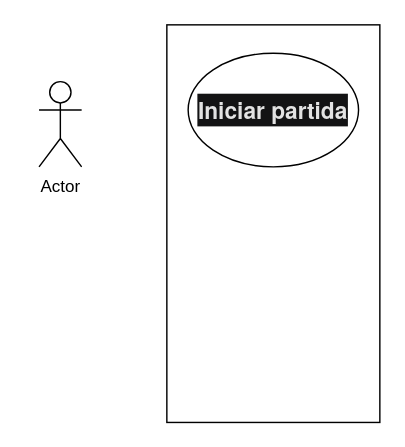
The draw.io diagram snake.drawio in JSMONTOYAS/diagramas-, before the edit. Source tidied: cells renumbered, new cells numbered last; positions are measured from the earlier drawing's top-left corner, leaving out a move shared by most shapes. Both pictures are drawn from the tidied source at 142%, with x=0, y=0 at pixel (38, 24).
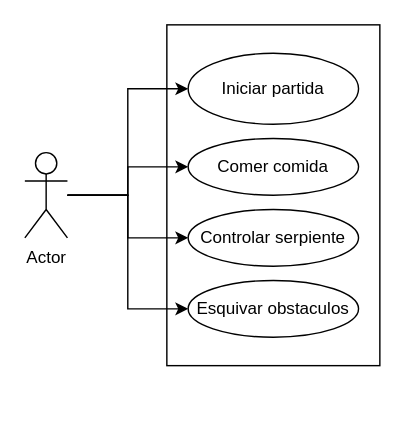
The same diagram, later.

Diff of the diagram source:
```diff
@@
 <mxGraphModel>
   <root>
     <mxCell id="0" />
     <mxCell id="1" parent="0" />
     <mxCell id="2" style="rounded=0;whiteSpace=wrap;html=1;" parent="1" vertex="1">
-      <mxGeometry x="90" width="150" height="280" as="geometry" />
+      <mxGeometry x="90" width="150" height="240" as="geometry" />
     </mxCell>
+    <mxCell id="5" style="edgeStyle=orthogonalEdgeStyle;rounded=0;jettySize=auto;html=1;entryX=0;entryY=0.5;entryDx=0;entryDy=0;" parent="1" edge="1" source="3" target="4">
+      <mxGeometry relative="1" as="geometry" />
+    </mxCell>
+    <mxCell id="6" style="edgeStyle=orthogonalEdgeStyle;rounded=0;jettySize=auto;html=1;entryX=0;entryY=0.5;entryDx=0;entryDy=0;" parent="1" edge="1" source="3" target="9">
+      <mxGeometry relative="1" as="geometry" />
+    </mxCell>
+    <mxCell id="7" style="edgeStyle=orthogonalEdgeStyle;rounded=0;jettySize=auto;html=1;entryX=0;entryY=0.5;entryDx=0;entryDy=0;" parent="1" edge="1" source="3" target="10">
+      <mxGeometry relative="1" as="geometry" />
+    </mxCell>
+    <mxCell id="8" style="edgeStyle=orthogonalEdgeStyle;rounded=0;jettySize=auto;html=1;entryX=0;entryY=0.5;entryDx=0;entryDy=0;" parent="1" edge="1" source="3" target="11">
+      <mxGeometry relative="1" as="geometry" />
+    </mxCell>
     <mxCell id="3" value="Actor" style="shape=umlActor;verticalLabelPosition=bottom;verticalAlign=top;html=1;outlineConnect=0;" parent="1" vertex="1">
-      <mxGeometry y="40" width="30" height="60" as="geometry" />
+      <mxGeometry x="-10" y="90" width="30" height="60" as="geometry" />
     </mxCell>
-    <mxCell id="4" value="&lt;span style=&quot;font-weight: 700; color: rgb(227, 227, 227); font-family: &amp;quot;Google Sans&amp;quot;, &amp;quot;Helvetica Neue&amp;quot;, sans-serif; font-size: 16px; text-align: left; background-color: rgb(19, 19, 20);&quot;&gt;Iniciar partida&lt;/span&gt;" style="ellipse;whiteSpace=wrap;html=1;" parent="1" vertex="1">
-      <mxGeometry x="105" y="20" width="120" height="80" as="geometry" />
+    <mxCell id="4" value="Iniciar partida" style="ellipse;whiteSpace=wrap;html=1;" parent="1" vertex="1">
+      <mxGeometry x="105" y="20" width="120" height="50" as="geometry" />
     </mxCell>
+    <mxCell id="9" value="Comer comida" style="ellipse;whiteSpace=wrap;html=1;" parent="1" vertex="1">
+      <mxGeometry x="105" y="80" width="120" height="40" as="geometry" />
+    </mxCell>
+    <mxCell id="10" value="Controlar serpiente" style="ellipse;whiteSpace=wrap;html=1;" parent="1" vertex="1">
+      <mxGeometry x="105" y="130" width="120" height="40" as="geometry" />
+    </mxCell>
+    <mxCell id="11" value="Esquivar obstaculos" style="ellipse;whiteSpace=wrap;html=1;" parent="1" vertex="1">
+      <mxGeometry x="105" y="180" width="120" height="40" as="geometry" />
+    </mxCell>
   </root>
 </mxGraphModel>
```
